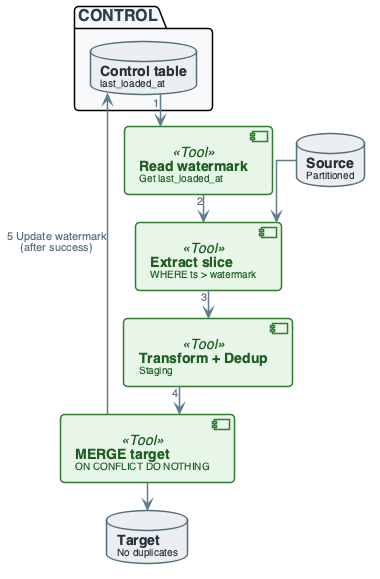
Earlier version of the PlantUML export diagrams/week04/week4_practice_slide18_incremental_rerun.png (OrPerets/data-engineering-course).
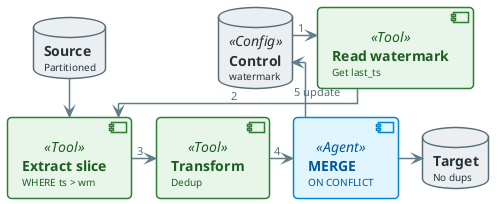
Above is the later version.

Diff of the diagram source:
```diff
@@ -118,24 +118,27 @@
 }
 
 
-package "CONTROL" #F8F9FA {
-    database "**Control table**\n<size:10>last_loaded_at</size>" as CTRL
-}
 
-component "**Read watermark**\n<size:10>Get last_loaded_at</size>" as READ <<Tool>>
-component "**Extract slice**\n<size:10>WHERE ts > watermark</size>" as EXTRACT <<Tool>>
-component "**Transform + Dedup**\n<size:10>Staging</size>" as TRANSFORM <<Tool>>
-component "**MERGE target**\n<size:10>ON CONFLICT DO NOTHING</size>" as MERGE <<Tool>>
+database "**Control**\n<size:10>watermark</size>" as CTRL <<Config>>
+
+component "**Read watermark**\n<size:10>Get last_ts</size>" as READ <<Tool>>
 
 database "**Source**\n<size:10>Partitioned</size>" as SRC
-database "**Target**\n<size:10>No duplicates</size>" as TGT
 
-CTRL --> READ : "1"
-READ --> EXTRACT : "2"
-SRC --> EXTRACT
-EXTRACT --> TRANSFORM : "3"
-TRANSFORM --> MERGE : "4"
-MERGE --> TGT
-MERGE --> CTRL : "5 Update watermark\n(after success)"
+component "**Extract slice**\n<size:10>WHERE ts > wm</size>" as EXTRACT <<Tool>>
+
+component "**Transform**\n<size:10>Dedup</size>" as TRANSFORM <<Tool>>
+
+component "**MERGE**\n<size:10>ON CONFLICT</size>" as MERGE <<Agent>>
+
+database "**Target**\n<size:10>No dups</size>" as TGT
+
+CTRL -right-> READ : "1"
+READ -right-> EXTRACT : "2"
+SRC -down-> EXTRACT
+EXTRACT -right-> TRANSFORM : "3"
+TRANSFORM -right-> MERGE : "4"
+MERGE -right-> TGT
+MERGE -down-> CTRL : "5 update"
 
 @enduml
```
